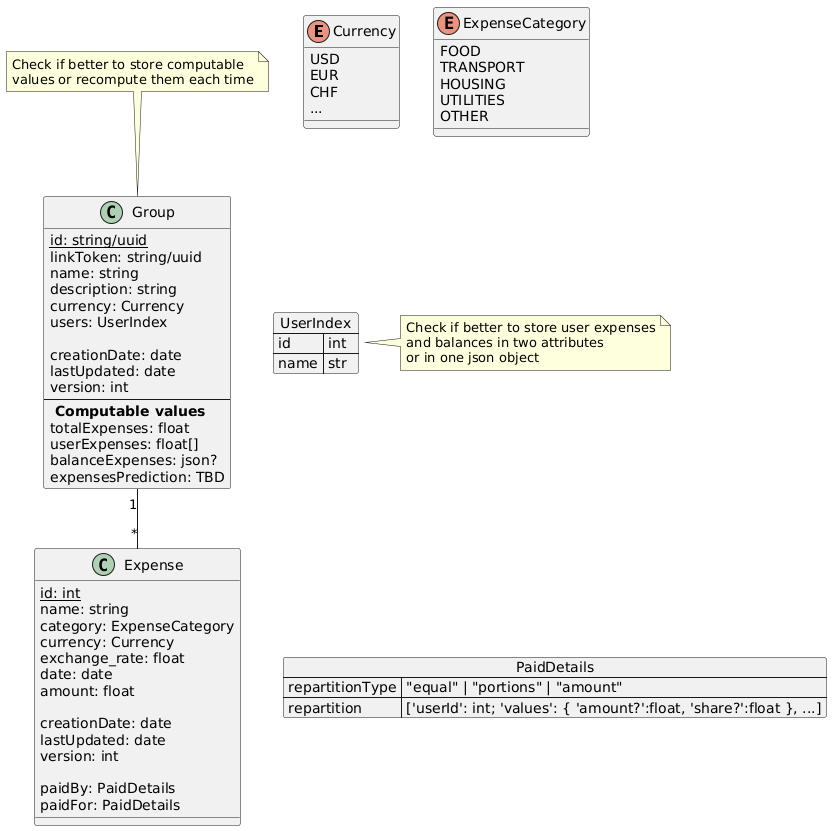
BuddyCount/BuddyCount keeps this PlantUML diagram as database/databaseumlER.png. Above is the earlier version.
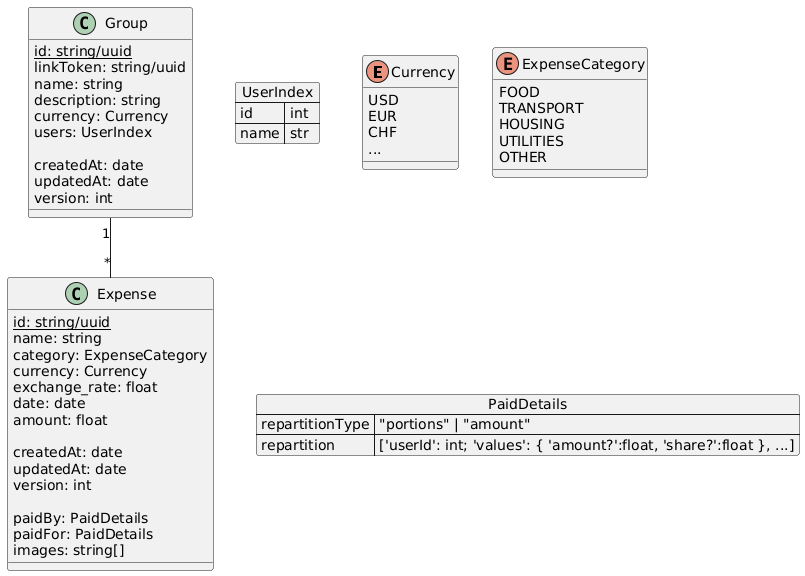
The same file after the commit.

What changed in the source:
```diff
@@ -22,24 +22,13 @@
   currency: Currency
   users: UserIndex
 
-  creationDate: date
-  lastUpdated: date
+  createdAt: date
+  updatedAt: date
   version: int
-  --
-  ** Computable values **
-  totalExpenses: float
-  userExpenses: float[]
-  balanceExpenses: json?
-  expensesPrediction: TBD
 }
 
-note top of Group
-    Check if better to store computable
-    values or recompute them each time
-end note
-
 class "Expense" {
-  {static} id: int
+  {static} id: string/uuid
   name: string
   category: ExpenseCategory
   currency: Currency
@@ -47,19 +36,20 @@
   date: date
   amount: float
 
-  creationDate: date
-  lastUpdated: date
+  createdAt: date
+  updatedAt: date
   version: int
 
   paidBy: PaidDetails
   paidFor: PaidDetails
+  images: string[]
 }
 
 Group "1" -- "*" Expense
 
 
 json "PaidDetails" {
-  "repartitionType": "\"equal\" | \"portions\" | \"amount\"",
+  "repartitionType": "\"portions\" | \"amount\"",
   "repartition": "['userId': int; 'values': { 'amount?':float, 'share?':float }, ...]"
 }
 
@@ -71,10 +61,4 @@
 }
 
 UserIndex -l[hidden]- Group
-
-note right of UserIndex
-    Check if better to store user expenses
-    and balances in two attributes
-    or in one json object
-end note
 @enduml
```
